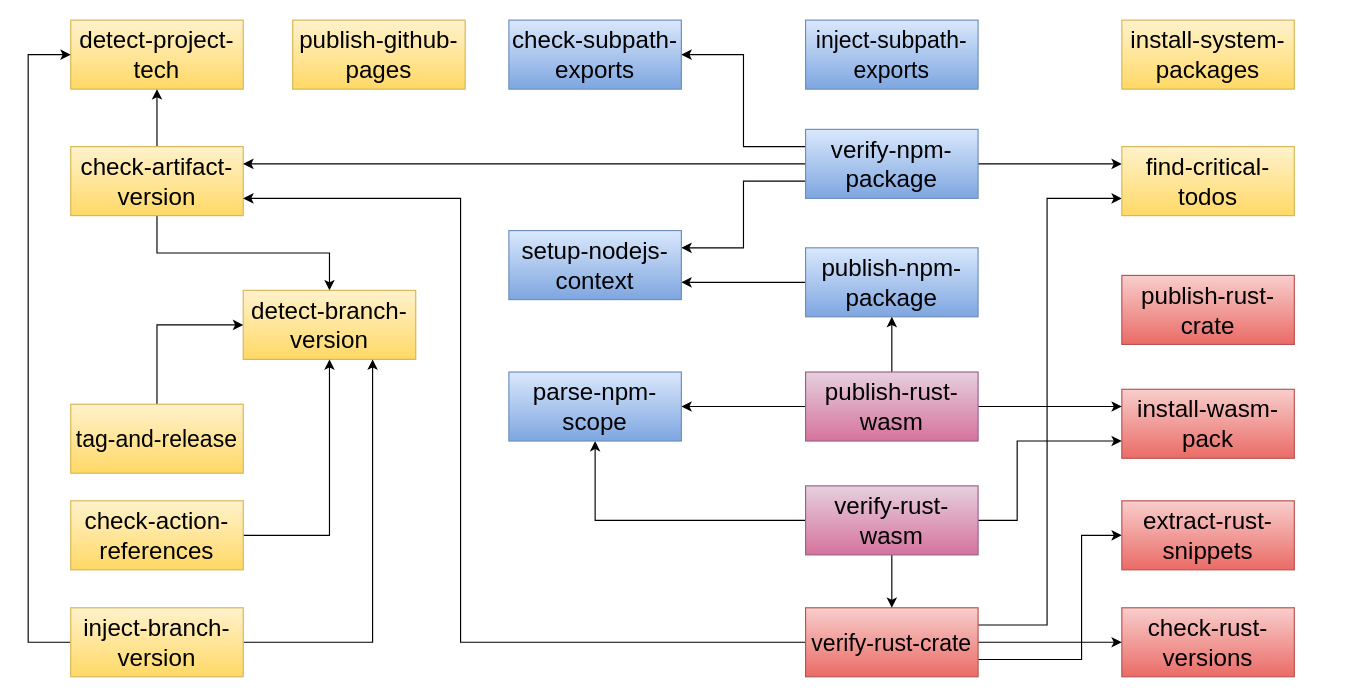
Before: docs/schema.drawio in giancosta86/aurora-github, a draw.io diagram. Source tidied: cells renumbered, new cells numbered last; positions are measured from the earlier drawing's top-left corner, leaving out a move shared by most shapes. Both pictures are drawn from the tidied source at 115%, with x=0, y=0 at pixel (28, 20).
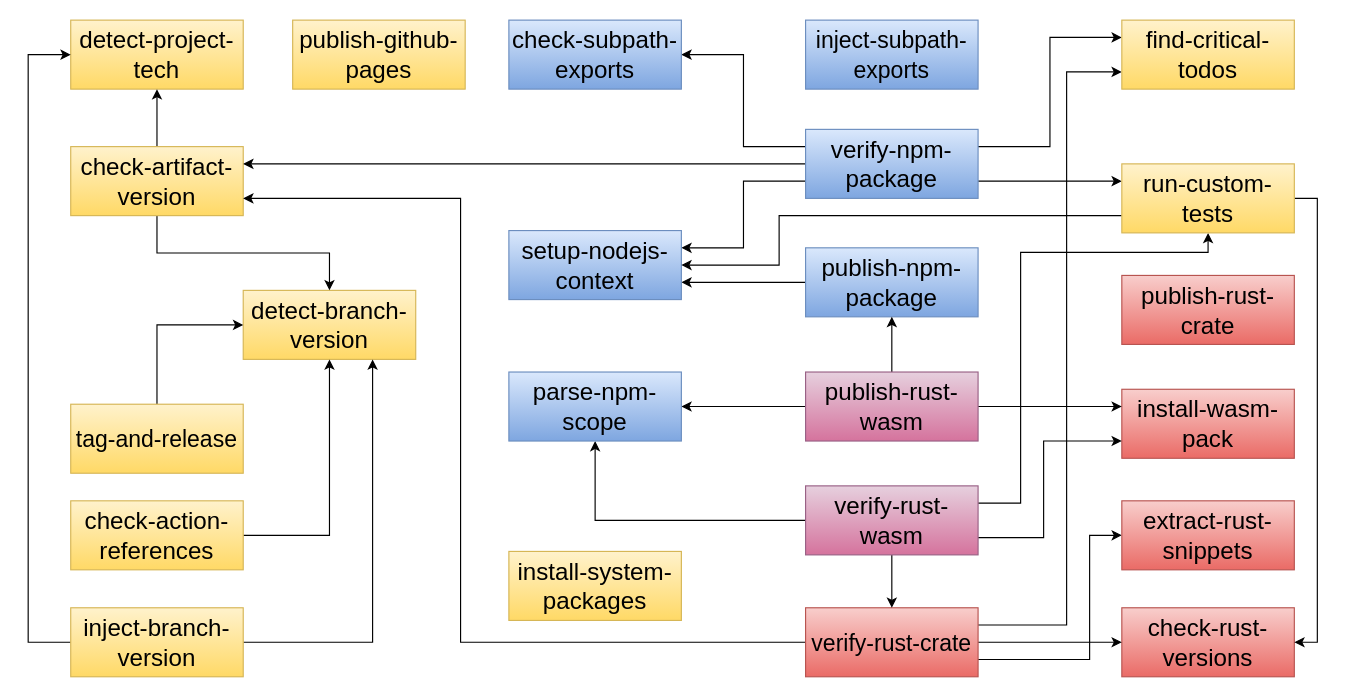
After the change.

Commit message (it also covers changes not shown here):
Update the action diagram

The change refers to these unchanged cells:
```xml
<mxCell id="3" value="&lt;font color=&quot;#000000&quot; style=&quot;font-size: 21px;&quot;&gt;install-wasm-pack&lt;/font&gt;" style="rounded=0;whiteSpace=wrap;html=1;fillColor=#f8cecc;gradientColor=#ea6b66;strokeColor=#b85450;fontSize=21;" parent="1" vertex="1">
  <mxGeometry x="951" y="321" width="150" height="60" as="geometry" />
</mxCell>
<mxCell id="4" value="&lt;font color=&quot;#000000&quot; style=&quot;font-size: 21px;&quot;&gt;check-rust-versions&lt;/font&gt;" style="rounded=0;whiteSpace=wrap;html=1;fillColor=#f8cecc;gradientColor=#ea6b66;strokeColor=#b85450;fontSize=21;" parent="1" vertex="1">
  <mxGeometry x="951" y="511" width="150" height="60" as="geometry" />
</mxCell>
<mxCell id="15" value="&lt;font style=&quot;font-size: 20px;&quot;&gt;&lt;span style=&quot;color: rgb(0, 0, 0);&quot;&gt;verify&lt;/span&gt;&lt;font color=&quot;#000000&quot; style=&quot;font-size: 20px;&quot;&gt;-rust-crate&lt;/font&gt;&lt;/font&gt;" style="rounded=0;whiteSpace=wrap;html=1;fillColor=#f8cecc;gradientColor=#ea6b66;strokeColor=#b85450;fontSize=21;" parent="1" vertex="1">
  <mxGeometry x="676" y="511" width="150" height="60" as="geometry" />
</mxCell>
<mxCell id="21" value="&lt;span style=&quot;color: rgb(0, 0, 0);&quot;&gt;verify&lt;/span&gt;&lt;font color=&quot;#000000&quot; style=&quot;font-size: 21px;&quot;&gt;-npm-package&lt;/font&gt;" style="rounded=0;whiteSpace=wrap;html=1;fillColor=#dae8fc;gradientColor=#7ea6e0;strokeColor=#6c8ebf;fontSize=21;" parent="1" vertex="1">
  <mxGeometry x="676" y="95" width="150" height="60" as="geometry" />
</mxCell>
<mxCell id="27" value="&lt;font color=&quot;#000000&quot; style=&quot;font-size: 21px;&quot;&gt;verify-rust-wasm&lt;/font&gt;" style="rounded=0;whiteSpace=wrap;html=1;fillColor=#e6d0de;strokeColor=#996185;gradientColor=#d5739d;fontSize=21;" parent="1" vertex="1">
  <mxGeometry x="676" y="405" width="150" height="60" as="geometry" />
</mxCell>
<mxCell id="38" value="&lt;font color=&quot;#000000&quot; style=&quot;font-size: 21px;&quot;&gt;extract-rust-snippets&lt;/font&gt;" style="rounded=0;whiteSpace=wrap;html=1;fillColor=#f8cecc;gradientColor=#ea6b66;strokeColor=#b85450;fontSize=21;" parent="1" vertex="1">
  <mxGeometry x="951" y="418" width="150" height="60" as="geometry" />
</mxCell>
<mxCell id="43" value="&lt;font color=&quot;#000000&quot; style=&quot;font-size: 21px;&quot;&gt;setup-nodejs-context&lt;/font&gt;" style="rounded=0;whiteSpace=wrap;html=1;fillColor=#dae8fc;gradientColor=#7ea6e0;strokeColor=#6c8ebf;fontSize=21;" parent="1" vertex="1">
  <mxGeometry x="418" y="183" width="150" height="60" as="geometry" />
</mxCell>
```

Diff of the diagram source:
```diff
@@
     <mxCell id="12" style="edgeStyle=orthogonalEdgeStyle;rounded=0;jettySize=auto;html=1;exitX=1;exitY=0.25;exitDx=0;exitDy=0;entryX=0;entryY=0.75;entryDx=0;entryDy=0;" parent="1" edge="1" source="15" target="37">
       <mxGeometry relative="1" as="geometry">
         <Array as="points">
-          <mxPoint x="886" y="526" />
-          <mxPoint x="886" y="155" />
+          <mxPoint x="903" y="526" />
+          <mxPoint x="903" y="45" />
         </Array>
       </mxGeometry>
     </mxCell>
@@
     <mxCell id="14" style="edgeStyle=orthogonalEdgeStyle;rounded=0;jettySize=auto;html=1;exitX=1;exitY=0.75;exitDx=0;exitDy=0;entryX=0;entryY=0.5;entryDx=0;entryDy=0;" parent="1" edge="1" source="15" target="38">
       <mxGeometry relative="1" as="geometry">
         <Array as="points">
-          <mxPoint x="916" y="556" />
-          <mxPoint x="916" y="448" />
+          <mxPoint x="923" y="556" />
+          <mxPoint x="923" y="448" />
         </Array>
       </mxGeometry>
     </mxCell>
@@
-    <mxCell id="17" style="edgeStyle=orthogonalEdgeStyle;rounded=0;jettySize=auto;html=1;exitX=1;exitY=0.5;exitDx=0;exitDy=0;entryX=0;entryY=0.25;entryDx=0;entryDy=0;" parent="1" edge="1" source="21" target="37">
-      <mxGeometry relative="1" as="geometry" />
-    </mxCell>
@@
+    <mxCell id="17" style="edgeStyle=orthogonalEdgeStyle;rounded=0;jettySize=auto;html=1;exitX=1;exitY=0.25;exitDx=0;exitDy=0;entryX=0;entryY=0.25;entryDx=0;entryDy=0;" parent="1" edge="1" source="21" target="37">
+      <mxGeometry relative="1" as="geometry" />
+    </mxCell>
+    <mxCell id="45" style="edgeStyle=orthogonalEdgeStyle;rounded=0;jettySize=auto;html=1;exitX=1;exitY=0.75;exitDx=0;exitDy=0;entryX=0;entryY=0.25;entryDx=0;entryDy=0;" parent="1" edge="1" source="21" target="49">
+      <mxGeometry relative="1" as="geometry" />
+    </mxCell>
@@
-    <mxCell id="26" style="edgeStyle=orthogonalEdgeStyle;rounded=0;jettySize=auto;html=1;exitX=1;exitY=0.5;exitDx=0;exitDy=0;entryX=0;entryY=0.75;entryDx=0;entryDy=0;" parent="1" edge="1" source="27" target="3">
+    <mxCell id="26" style="edgeStyle=orthogonalEdgeStyle;rounded=0;jettySize=auto;html=1;exitX=1;exitY=0.75;exitDx=0;exitDy=0;entryX=0;entryY=0.75;entryDx=0;entryDy=0;" parent="1" edge="1" source="27" target="3">
       <mxGeometry relative="1" as="geometry">
         <Array as="points">
-          <mxPoint x="860" y="435" />
-          <mxPoint x="860" y="366" />
+          <mxPoint x="883" y="450" />
+          <mxPoint x="883" y="366" />
         </Array>
       </mxGeometry>
     </mxCell>
+    <mxCell id="46" style="edgeStyle=orthogonalEdgeStyle;rounded=0;jettySize=auto;html=1;exitX=1;exitY=0.25;exitDx=0;exitDy=0;entryX=0.5;entryY=1;entryDx=0;entryDy=0;" parent="1" edge="1" source="27" target="49">
+      <mxGeometry relative="1" as="geometry">
+        <Array as="points">
+          <mxPoint x="863" y="420" />
+          <mxPoint x="863" y="202" />
+          <mxPoint x="1026" y="202" />
+        </Array>
+      </mxGeometry>
+    </mxCell>
@@
     <mxCell id="37" value="&lt;font color=&quot;#000000&quot; style=&quot;font-size: 21px;&quot;&gt;find-critical-todos&lt;/font&gt;" style="rounded=0;whiteSpace=wrap;html=1;fillColor=#fff2cc;gradientColor=#ffd966;strokeColor=#d6b656;fontSize=21;" parent="1" vertex="1">
-      <mxGeometry x="951" y="110" width="150" height="60" as="geometry" />
+      <mxGeometry x="951" width="150" height="60" as="geometry" />
     </mxCell>
@@
     <mxCell id="40" value="&lt;font color=&quot;#000000&quot; style=&quot;font-size: 21px;&quot;&gt;install-system-packages&lt;/font&gt;" style="rounded=0;whiteSpace=wrap;html=1;fillColor=#fff2cc;gradientColor=#ffd966;strokeColor=#d6b656;fontSize=21;rotation=0;" parent="1" vertex="1">
-      <mxGeometry x="951" width="150" height="60" as="geometry" />
+      <mxGeometry x="418" y="462" width="150" height="60" as="geometry" />
     </mxCell>
@@
+    <mxCell id="47" style="edgeStyle=orthogonalEdgeStyle;rounded=0;jettySize=auto;html=1;exitX=1;exitY=0.5;exitDx=0;exitDy=0;entryX=1;entryY=0.5;entryDx=0;entryDy=0;" parent="1" edge="1" source="49" target="4">
+      <mxGeometry relative="1" as="geometry" />
+    </mxCell>
+    <mxCell id="48" style="edgeStyle=orthogonalEdgeStyle;rounded=0;jettySize=auto;html=1;exitX=0;exitY=0.75;exitDx=0;exitDy=0;entryX=1;entryY=0.5;entryDx=0;entryDy=0;" parent="1" edge="1" source="49" target="43">
+      <mxGeometry relative="1" as="geometry">
+        <Array as="points">
+          <mxPoint x="653" y="170" />
+          <mxPoint x="653" y="213" />
+        </Array>
+      </mxGeometry>
+    </mxCell>
+    <mxCell id="49" value="&lt;font color=&quot;#000000&quot; style=&quot;font-size: 21px;&quot;&gt;run-custom-tests&lt;/font&gt;" style="rounded=0;whiteSpace=wrap;html=1;fillColor=#fff2cc;gradientColor=#ffd966;strokeColor=#d6b656;fontSize=21;rotation=0;" parent="1" vertex="1">
+      <mxGeometry x="951" y="125" width="150" height="60" as="geometry" />
+    </mxCell>
```
